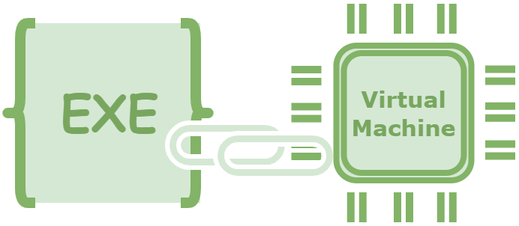
vxlang/vxlang.github.io keeps this draw.io diagram as image/link.png. Above is the earlier version. Source tidied: cells renumbered, new cells last; positions are measured from the earlier drawing's top-left corner, leaving out a move shared by most shapes.
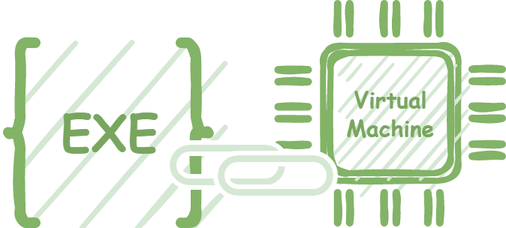
Later version of the same file.

What changed in the source:
```diff
@@ -2,95 +2,95 @@
   <root>
     <mxCell id="0" />
     <mxCell id="1" parent="0" />
-    <mxCell id="2" style="endArrow=none;html=1;rounded=1;fontFamily=Comic Sans MS;fontSize=18;fontColor=#78A65F;strokeWidth=5;fillColor=#d5e8d4;strokeColor=#82b366;shape=link;" parent="1" edge="1">
+    <mxCell id="2" style="endArrow=none;html=1;rounded=1;fontFamily=Comic Sans MS;fontSize=18;fontColor=#78A65F;strokeWidth=5;fillColor=#d5e8d4;strokeColor=#82b366;shape=link;sketch=1;" parent="1" edge="1">
       <mxGeometry relative="1" as="geometry">
-        <mxPoint x="210.8" y="98" as="sourcePoint" />
-        <mxPoint x="190.8" y="98" as="targetPoint" />
+        <mxPoint x="-0.1" y="83" as="sourcePoint" />
+        <mxPoint x="-20.1" y="83" as="targetPoint" />
       </mxGeometry>
     </mxCell>
-    <mxCell id="3" value="&lt;b&gt;&lt;font color=&quot;#78a65f&quot; style=&quot;&quot;&gt;&lt;font style=&quot;font-size: 33px;&quot; face=&quot;Comic Sans MS&quot;&gt;EXE&lt;/font&gt;&lt;br&gt;&lt;/font&gt;&lt;/b&gt;" style="rounded=0;whiteSpace=wrap;html=1;strokeWidth=7;fillColor=#d5e8d4;strokeColor=none;" parent="1" vertex="1">
-      <mxGeometry x="10" y="13" width="120" height="120" as="geometry" />
+    <mxCell id="3" value="&lt;font face=&quot;Comic Sans MS&quot; color=&quot;#78a65f&quot; style=&quot;font-size: 15px;&quot;&gt;&lt;b style=&quot;&quot;&gt;Virtual&lt;br&gt;Machine&lt;/b&gt;&lt;/font&gt;" style="shape=ext;double=1;rounded=1;whiteSpace=wrap;html=1;strokeColor=#82b366;strokeWidth=4;fillColor=#d5e8d4;gradientDirection=east;sketch=1;" parent="1" vertex="1">
+      <mxGeometry x="9.9" y="13" width="90" height="90" as="geometry" />
     </mxCell>
-    <mxCell id="4" style="shape=curlyBracket;whiteSpace=wrap;html=1;rounded=1;labelPosition=left;verticalLabelPosition=middle;align=right;verticalAlign=middle;strokeWidth=7;fillColor=#d5e8d4;strokeColor=#82b366;" parent="1" vertex="1">
-      <mxGeometry y="13" width="20" height="120" as="geometry" />
+    <mxCell id="4" style="endArrow=none;html=1;rounded=1;fontFamily=Comic Sans MS;fontSize=18;fontColor=#78A65F;strokeWidth=5;fillColor=#d5e8d4;strokeColor=#82b366;shape=link;sketch=1;" parent="1" edge="1">
+      <mxGeometry relative="1" as="geometry">
+        <mxPoint x="-0.1" y="57.7" as="sourcePoint" />
+        <mxPoint x="-20.1" y="57.7" as="targetPoint" />
+      </mxGeometry>
     </mxCell>
-    <mxCell id="5" style="shape=curlyBracket;whiteSpace=wrap;html=1;rounded=1;flipH=1;labelPosition=right;verticalLabelPosition=middle;align=left;verticalAlign=middle;strokeWidth=7;fillColor=#d5e8d4;strokeColor=#82b366;" parent="1" vertex="1">
-      <mxGeometry x="117" y="13" width="20" height="120" as="geometry" />
+    <mxCell id="5" style="endArrow=none;html=1;rounded=1;fontFamily=Comic Sans MS;fontSize=18;fontColor=#78A65F;strokeWidth=5;fillColor=#d5e8d4;strokeColor=#82b366;shape=link;sketch=1;" parent="1" edge="1">
+      <mxGeometry relative="1" as="geometry">
+        <mxPoint x="-0.1" y="33" as="sourcePoint" />
+        <mxPoint x="-20.1" y="33" as="targetPoint" />
+      </mxGeometry>
     </mxCell>
-    <mxCell id="6" style="verticalLabelPosition=bottom;verticalAlign=top;html=1;shape=mxgraph.basic.rounded_frame;dx=10;whiteSpace=wrap;strokeWidth=3;fillColor=#d5e8d4;rotation=-180;strokeColor=#FFFFFF;" parent="1" vertex="1">
-      <mxGeometry x="108" y="79.5" width="80" height="30" as="geometry" />
+    <mxCell id="6" style="endArrow=none;html=1;rounded=1;fontFamily=Comic Sans MS;fontSize=18;fontColor=#78A65F;strokeWidth=5;fillColor=#d5e8d4;strokeColor=#82b366;shape=link;sketch=1;" parent="1" edge="1">
+      <mxGeometry relative="1" as="geometry">
+        <mxPoint x="129.2" y="82.7" as="sourcePoint" />
+        <mxPoint x="109.2" y="82.7" as="targetPoint" />
+      </mxGeometry>
     </mxCell>
-    <mxCell id="7" style="verticalLabelPosition=bottom;verticalAlign=top;html=1;shape=mxgraph.basic.rounded_frame;dx=10;whiteSpace=wrap;strokeWidth=3;fillColor=#d5e8d4;rotation=-180;strokeColor=#FFFFFF;" parent="1" vertex="1">
-      <mxGeometry x="140" y="86.5" width="80" height="30" as="geometry" />
+    <mxCell id="7" style="endArrow=none;html=1;rounded=1;fontFamily=Comic Sans MS;fontSize=18;fontColor=#78A65F;strokeWidth=5;fillColor=#d5e8d4;strokeColor=#82b366;shape=link;sketch=1;" parent="1" edge="1">
+      <mxGeometry relative="1" as="geometry">
+        <mxPoint x="129.2" y="57.4" as="sourcePoint" />
+        <mxPoint x="109.2" y="57.4" as="targetPoint" />
+      </mxGeometry>
     </mxCell>
-    <mxCell id="8" value="&lt;font face=&quot;Verdana&quot; color=&quot;#78a65f&quot; style=&quot;font-size: 15px;&quot;&gt;&lt;b style=&quot;&quot;&gt;Virtual&lt;br&gt;Machine&lt;/b&gt;&lt;/font&gt;" style="shape=ext;double=1;rounded=1;whiteSpace=wrap;html=1;strokeColor=#82b366;strokeWidth=4;fillColor=#d5e8d4;gradientDirection=east;" parent="1" vertex="1">
-      <mxGeometry x="220.8" y="28" width="90" height="90" as="geometry" />
+    <mxCell id="8" style="endArrow=none;html=1;rounded=1;fontFamily=Comic Sans MS;fontSize=18;fontColor=#78A65F;strokeWidth=5;fillColor=#d5e8d4;strokeColor=#82b366;shape=link;sketch=1;" parent="1" edge="1">
+      <mxGeometry relative="1" as="geometry">
+        <mxPoint x="129.2" y="32.7" as="sourcePoint" />
+        <mxPoint x="109.2" y="32.7" as="targetPoint" />
+      </mxGeometry>
     </mxCell>
-    <mxCell id="9" style="endArrow=none;html=1;rounded=1;fontFamily=Comic Sans MS;fontSize=18;fontColor=#78A65F;strokeWidth=5;fillColor=#d5e8d4;strokeColor=#82b366;shape=link;" parent="1" edge="1">
+    <mxCell id="9" style="endArrow=none;html=1;rounded=1;fontFamily=Comic Sans MS;fontSize=18;fontColor=#78A65F;strokeWidth=5;fillColor=#d5e8d4;strokeColor=#82b366;shape=link;sketch=1;" parent="1" edge="1">
       <mxGeometry relative="1" as="geometry">
-        <mxPoint x="210.8" y="72.7" as="sourcePoint" />
-        <mxPoint x="190.8" y="72.7" as="targetPoint" />
+        <mxPoint x="23.6" y="-15" as="sourcePoint" />
+        <mxPoint x="23.6" y="5" as="targetPoint" />
       </mxGeometry>
     </mxCell>
-    <mxCell id="10" style="endArrow=none;html=1;rounded=1;fontFamily=Comic Sans MS;fontSize=18;fontColor=#78A65F;strokeWidth=5;fillColor=#d5e8d4;strokeColor=#82b366;shape=link;" parent="1" edge="1">
+    <mxCell id="10" style="endArrow=none;html=1;rounded=1;fontFamily=Comic Sans MS;fontSize=18;fontColor=#78A65F;strokeWidth=5;fillColor=#d5e8d4;strokeColor=#82b366;shape=link;sketch=1;" parent="1" edge="1">
       <mxGeometry relative="1" as="geometry">
-        <mxPoint x="210.8" y="48" as="sourcePoint" />
-        <mxPoint x="190.8" y="48" as="targetPoint" />
+        <mxPoint x="54.6" y="-15" as="sourcePoint" />
+        <mxPoint x="54.6" y="5" as="targetPoint" />
       </mxGeometry>
     </mxCell>
-    <mxCell id="11" style="endArrow=none;html=1;rounded=1;fontFamily=Comic Sans MS;fontSize=18;fontColor=#78A65F;strokeWidth=5;fillColor=#d5e8d4;strokeColor=#82b366;shape=link;" parent="1" edge="1">
+    <mxCell id="11" style="endArrow=none;html=1;rounded=1;fontFamily=Comic Sans MS;fontSize=18;fontColor=#78A65F;strokeWidth=5;fillColor=#d5e8d4;strokeColor=#82b366;shape=link;sketch=1;" parent="1" edge="1">
       <mxGeometry relative="1" as="geometry">
-        <mxPoint x="340" y="97.7" as="sourcePoint" />
-        <mxPoint x="320" y="97.7" as="targetPoint" />
+        <mxPoint x="83.6" y="-15" as="sourcePoint" />
+        <mxPoint x="83.6" y="5" as="targetPoint" />
       </mxGeometry>
     </mxCell>
-    <mxCell id="12" style="endArrow=none;html=1;rounded=1;fontFamily=Comic Sans MS;fontSize=18;fontColor=#78A65F;strokeWidth=5;fillColor=#d5e8d4;strokeColor=#82b366;shape=link;" parent="1" edge="1">
+    <mxCell id="12" style="endArrow=none;html=1;rounded=1;fontFamily=Comic Sans MS;fontSize=18;fontColor=#78A65F;strokeWidth=5;fillColor=#d5e8d4;strokeColor=#82b366;shape=link;sketch=1;" parent="1" edge="1">
       <mxGeometry relative="1" as="geometry">
-        <mxPoint x="340" y="72.4" as="sourcePoint" />
-        <mxPoint x="320" y="72.4" as="targetPoint" />
+        <mxPoint x="23.6" y="111" as="sourcePoint" />
+        <mxPoint x="23.6" y="131" as="targetPoint" />
       </mxGeometry>
     </mxCell>
-    <mxCell id="13" style="endArrow=none;html=1;rounded=1;fontFamily=Comic Sans MS;fontSize=18;fontColor=#78A65F;strokeWidth=5;fillColor=#d5e8d4;strokeColor=#82b366;shape=link;" parent="1" edge="1">
+    <mxCell id="13" style="endArrow=none;html=1;rounded=1;fontFamily=Comic Sans MS;fontSize=18;fontColor=#78A65F;strokeWidth=5;fillColor=#d5e8d4;strokeColor=#82b366;shape=link;sketch=1;" parent="1" edge="1">
       <mxGeometry relative="1" as="geometry">
-        <mxPoint x="340" y="47.7" as="sourcePoint" />
-        <mxPoint x="320" y="47.7" as="targetPoint" />
+        <mxPoint x="54.6" y="111" as="sourcePoint" />
+        <mxPoint x="54.6" y="131" as="targetPoint" />
       </mxGeometry>
     </mxCell>
-    <mxCell id="14" style="endArrow=none;html=1;rounded=1;fontFamily=Comic Sans MS;fontSize=18;fontColor=#78A65F;strokeWidth=5;fillColor=#d5e8d4;strokeColor=#82b366;shape=link;" parent="1" edge="1">
+    <mxCell id="14" style="endArrow=none;html=1;rounded=1;fontFamily=Comic Sans MS;fontSize=18;fontColor=#78A65F;strokeWidth=5;fillColor=#d5e8d4;strokeColor=#82b366;shape=link;sketch=1;" parent="1" edge="1">
       <mxGeometry relative="1" as="geometry">
-        <mxPoint x="234.4" as="sourcePoint" />
-        <mxPoint x="234.4" y="20" as="targetPoint" />
+        <mxPoint x="83.6" y="111" as="sourcePoint" />
+        <mxPoint x="83.6" y="131" as="targetPoint" />
       </mxGeometry>
     </mxCell>
-    <mxCell id="15" style="endArrow=none;html=1;rounded=1;fontFamily=Comic Sans MS;fontSize=18;fontColor=#78A65F;strokeWidth=5;fillColor=#d5e8d4;strokeColor=#82b366;shape=link;" parent="1" edge="1">
-      <mxGeometry relative="1" as="geometry">
-        <mxPoint x="265.4" as="sourcePoint" />
-        <mxPoint x="265.4" y="20" as="targetPoint" />
-      </mxGeometry>
+    <mxCell id="15" value="&lt;b&gt;&lt;font color=&quot;#78a65f&quot; style=&quot;&quot;&gt;&lt;font style=&quot;font-size: 33px;&quot; face=&quot;Comic Sans MS&quot;&gt;EXE&lt;/font&gt;&lt;br&gt;&lt;/font&gt;&lt;/b&gt;" style="rounded=0;whiteSpace=wrap;html=1;strokeWidth=7;fillColor=#d5e8d4;strokeColor=none;sketch=1;" parent="1" vertex="1">
+      <mxGeometry x="-191.8" y="11" width="120" height="120" as="geometry" />
     </mxCell>
-    <mxCell id="16" style="endArrow=none;html=1;rounded=1;fontFamily=Comic Sans MS;fontSize=18;fontColor=#78A65F;strokeWidth=5;fillColor=#d5e8d4;strokeColor=#82b366;shape=link;" parent="1" edge="1">
-      <mxGeometry relative="1" as="geometry">
-        <mxPoint x="294.4" as="sourcePoint" />
-        <mxPoint x="294.4" y="20" as="targetPoint" />
-      </mxGeometry>
+    <mxCell id="16" style="shape=curlyBracket;whiteSpace=wrap;html=1;rounded=1;labelPosition=left;verticalLabelPosition=middle;align=right;verticalAlign=middle;strokeWidth=7;fillColor=#d5e8d4;strokeColor=#82b366;sketch=1;" parent="1" vertex="1">
+      <mxGeometry x="-201.8" y="11" width="20" height="120" as="geometry" />
     </mxCell>
-    <mxCell id="17" style="endArrow=none;html=1;rounded=1;fontFamily=Comic Sans MS;fontSize=18;fontColor=#78A65F;strokeWidth=5;fillColor=#d5e8d4;strokeColor=#82b366;shape=link;" parent="1" edge="1">
-      <mxGeometry relative="1" as="geometry">
-        <mxPoint x="234.4" y="126" as="sourcePoint" />
-        <mxPoint x="234.4" y="146" as="targetPoint" />
-      </mxGeometry>
+    <mxCell id="17" style="shape=curlyBracket;whiteSpace=wrap;html=1;rounded=1;flipH=1;labelPosition=right;verticalLabelPosition=middle;align=left;verticalAlign=middle;strokeWidth=7;fillColor=#d5e8d4;strokeColor=#82b366;sketch=1;" parent="1" vertex="1">
+      <mxGeometry x="-84.8" y="11" width="20" height="120" as="geometry" />
     </mxCell>
-    <mxCell id="18" style="endArrow=none;html=1;rounded=1;fontFamily=Comic Sans MS;fontSize=18;fontColor=#78A65F;strokeWidth=5;fillColor=#d5e8d4;strokeColor=#82b366;shape=link;" parent="1" edge="1">
-      <mxGeometry relative="1" as="geometry">
-        <mxPoint x="265.4" y="126" as="sourcePoint" />
-        <mxPoint x="265.4" y="146" as="targetPoint" />
-      </mxGeometry>
+    <mxCell id="18" style="verticalLabelPosition=bottom;verticalAlign=top;html=1;shape=mxgraph.basic.rounded_frame;dx=10;whiteSpace=wrap;strokeWidth=3;fillColor=#d5e8d4;rotation=-180;strokeColor=#FFFFFF;" parent="1" vertex="1">
+      <mxGeometry x="-93.8" y="77.5" width="80" height="30" as="geometry" />
     </mxCell>
-    <mxCell id="19" style="endArrow=none;html=1;rounded=1;fontFamily=Comic Sans MS;fontSize=18;fontColor=#78A65F;strokeWidth=5;fillColor=#d5e8d4;strokeColor=#82b366;shape=link;" parent="1" edge="1">
-      <mxGeometry relative="1" as="geometry">
-        <mxPoint x="294.4" y="126" as="sourcePoint" />
-        <mxPoint x="294.4" y="146" as="targetPoint" />
-      </mxGeometry>
+    <mxCell id="19" style="verticalLabelPosition=bottom;verticalAlign=top;html=1;shape=mxgraph.basic.rounded_frame;dx=10;whiteSpace=wrap;strokeWidth=3;fillColor=#d5e8d4;rotation=-180;strokeColor=#FFFFFF;" parent="1" vertex="1">
+      <mxGeometry x="-61.8" y="84.5" width="80" height="30" as="geometry" />
     </mxCell>
   </root>
 </mxGraphModel>
```
